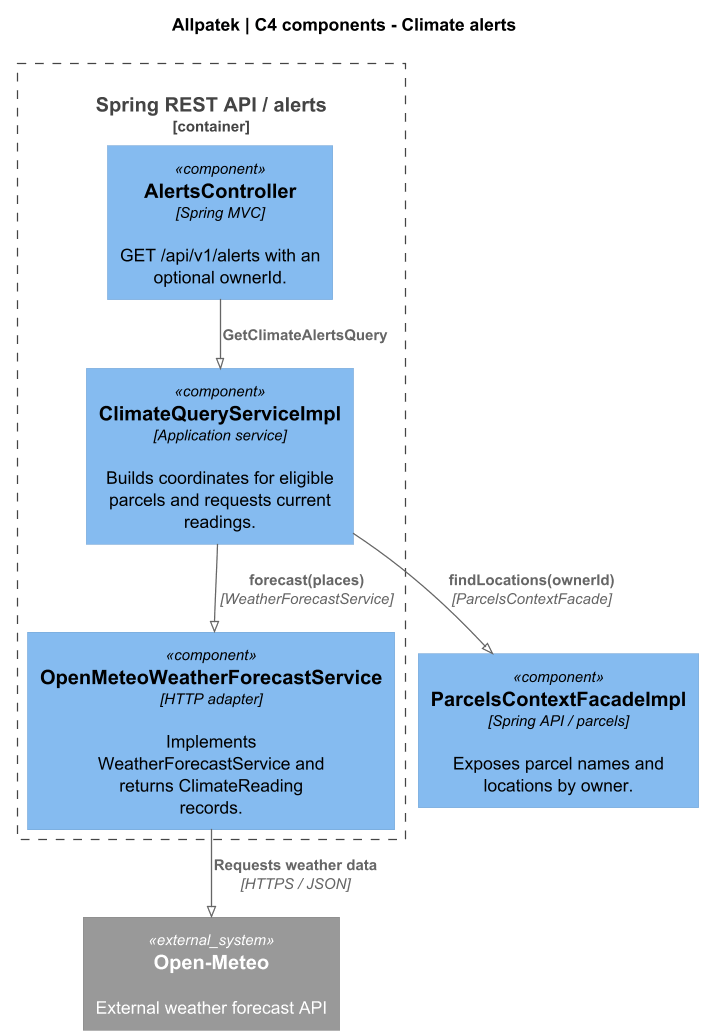
This is assets/chapter-04/architecture/c4-alerts.png from upc-pre-202620-1asi0729-7753-Terranova/allpatek-report, a PlantUML export, as it was before one commit.
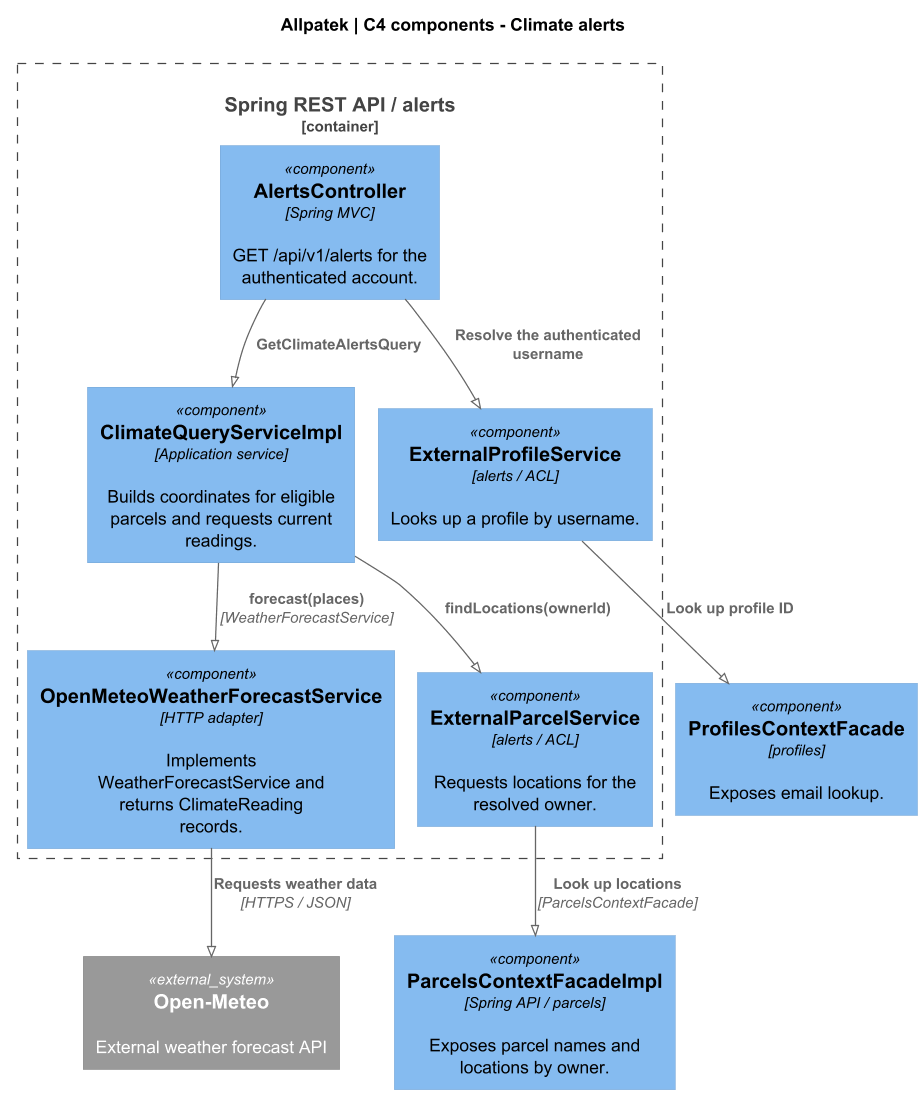
The same diagram one commit later.

Commit message:
docs(c4): resolve climate readings for the authenticated owner

Diff of the diagram source:
```diff
@@ -9,15 +9,23 @@
 
 title Allpatek | C4 components - Climate alerts
 Container_Boundary(api, "Spring REST API / alerts") {
-  Component(rest, "AlertsController", "Spring MVC", "GET /api/v1/alerts with an optional ownerId.")
+  Component(rest, "AlertsController", "Spring MVC", "GET /api/v1/alerts for the authenticated account.")
   Component(query, "ClimateQueryServiceImpl", "Application service", "Builds coordinates for eligible parcels and requests current readings.")
   Component(adapter, "OpenMeteoWeatherForecastService", "HTTP adapter", "Implements WeatherForecastService and returns ClimateReading records.")
+  Component(profileAcl, "ExternalProfileService", "alerts / ACL", "Looks up a profile by username.")
+  Component(parcelAcl, "ExternalParcelService", "alerts / ACL", "Requests locations for the resolved owner.")
 }
+
+Component(pf, "ProfilesContextFacade", "profiles", "Exposes email lookup.")
+
 Component(facade, "ParcelsContextFacadeImpl", "Spring API / parcels", "Exposes parcel names and locations by owner.")
 System_Ext(weather, "Open-Meteo", "External weather forecast API")
 
 Rel(rest, query, "GetClimateAlertsQuery")
-Rel(query, facade, "findLocations(ownerId)", "ParcelsContextFacade")
+Rel(query, parcelAcl, "findLocations(ownerId)")
+Rel(parcelAcl, facade, "Look up locations", "ParcelsContextFacade")
 Rel(query, adapter, "forecast(places)", "WeatherForecastService")
 Rel(adapter, weather, "Requests weather data", "HTTPS / JSON")
+Rel(rest, profileAcl, "Resolve the authenticated username")
+Rel(profileAcl, pf, "Look up profile ID")
 @enduml
```
